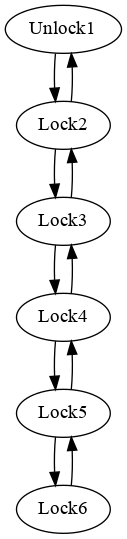
Earlier version of the Graphviz export build-Servidor-Desktop-Debug/niveles.png (GianniDeLeon/Proyecto1EDD). Its source is kept beside it as build-Servidor-Desktop-Debug/niveles.dot.
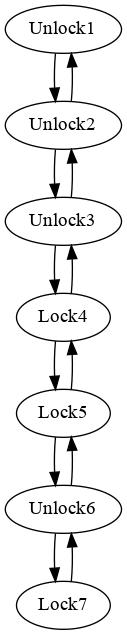
The same file after the commit.

What changed in the source:
```diff
@@ -1,11 +1,13 @@
-digraph niveles{Unlock1 -> Lock2;
-Lock2 -> Unlock1;
-Lock2 -> Lock3;
-Lock3 -> Lock2;
-Lock3 -> Lock4;
-Lock4 -> Lock3;
+digraph niveles{Unlock1 -> Unlock2;
+Unlock2 -> Unlock1;
+Unlock2 -> Unlock3;
+Unlock3 -> Unlock2;
+Unlock3 -> Lock4;
+Lock4 -> Unlock3;
 Lock4 -> Lock5;
 Lock5 -> Lock4;
-Lock5 -> Lock6;
-Lock6 -> Lock5;
+Lock5 -> Unlock6;
+Unlock6 -> Lock5;
+Unlock6 -> Lock7;
+Lock7 -> Unlock6;
 }
```
